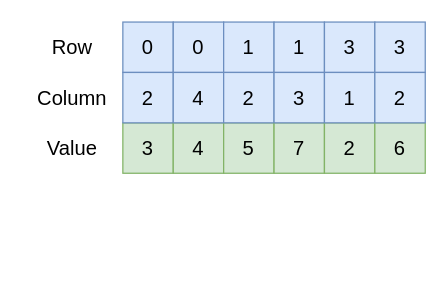
Above: src/matrix/sparse-matrix/assets/array-sparse-matrix.drawio in XuShaohua/TheAlgorithms (draw.io), before the change. Source tidied: cells renumbered, new cells numbered last; positions are measured from the earlier drawing's top-left corner, leaving out a move shared by most shapes. Both pictures are drawn from the tidied source at 126%, with x=0, y=0 at pixel (21, 21).
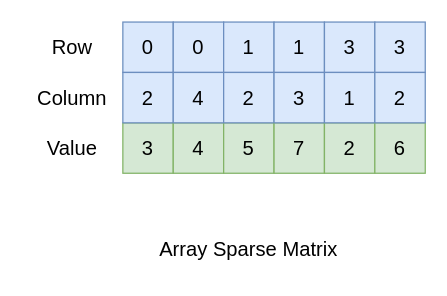
The same page after the edit.

Commit message (it also covers changes not shown here):
matrix: Add linked list

The edit, as a diff of the source:
```diff
@@
+    <mxCell id="23" value="Array Sparse Matrix" style="text;html=1;align=center;verticalAlign=middle;whiteSpace=wrap;rounded=0;fontFamily=Ubuntu;fontSize=16;fontStyle=0;" parent="1" vertex="1">
+      <mxGeometry x="100" y="160" width="160" height="40" as="geometry" />
+    </mxCell>
```
